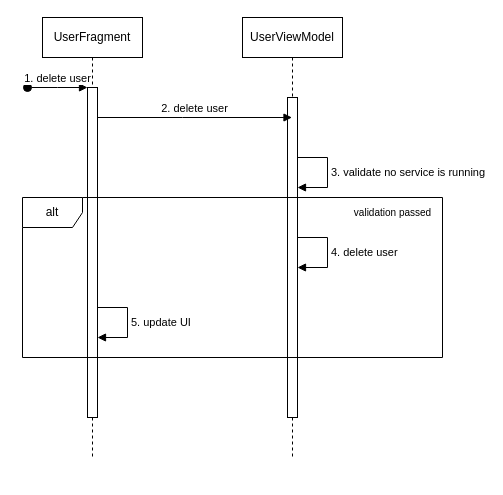
This is my-thesis/diagrams/delete-user-frag-seq.drawio from ba-nhermanto/thesis, a draw.io file, before an edit. Source tidied: cells renumbered, new cells numbered last; positions are measured from the earlier drawing's top-left corner, leaving out a move shared by most shapes. Both pictures are drawn from the tidied source at 100%, with x=0, y=0 at pixel (22, 17).
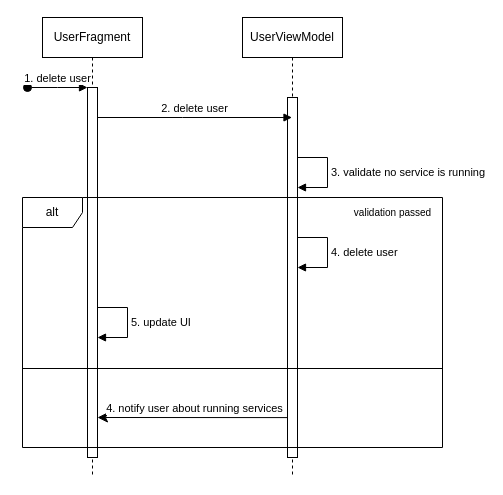
The same diagram, later.

The edit, as a diff of the source:
```diff
@@
+    <mxCell id="13" value="4. notify user about running services" style="html=1;verticalAlign=bottom;endArrow=classic;endSize=8;edgeStyle=elbowEdgeStyle;elbow=vertical;curved=0;rounded=0;endFill=1;" parent="1" edge="1" target="3">
+      <mxGeometry relative="1" as="geometry">
+        <mxPoint x="270" y="400.1" as="sourcePoint" />
+        <Array as="points">
+          <mxPoint x="260" y="400" />
+        </Array>
+      </mxGeometry>
+    </mxCell>
     <mxCell id="2" value="UserFragment" style="shape=umlLifeline;perimeter=lifelinePerimeter;whiteSpace=wrap;html=1;newEdgeStyle={&quot;edgeStyle&quot;:&quot;elbowEdgeStyle&quot;,&quot;elbow&quot;:&quot;vertical&quot;,&quot;curved&quot;:0,&quot;rounded&quot;:0};" parent="1" vertex="1">
-      <mxGeometry x="20" width="100" height="440" as="geometry" />
+      <mxGeometry x="20" width="100" height="460" as="geometry" />
     </mxCell>
     <mxCell id="3" style="html=1;points=[];perimeter=orthogonalPerimeter;outlineConnect=0;targetShapes=umlLifeline;portConstraint=eastwest;newEdgeStyle={&quot;edgeStyle&quot;:&quot;elbowEdgeStyle&quot;,&quot;elbow&quot;:&quot;vertical&quot;,&quot;curved&quot;:0,&quot;rounded&quot;:0};" parent="2" vertex="1">
-      <mxGeometry x="45" y="70" width="10" height="330" as="geometry" />
+      <mxGeometry x="45" y="70" width="10" height="370" as="geometry" />
     </mxCell>
@@
     <mxCell id="5" value="UserViewModel" style="shape=umlLifeline;perimeter=lifelinePerimeter;whiteSpace=wrap;html=1;newEdgeStyle={&quot;edgeStyle&quot;:&quot;elbowEdgeStyle&quot;,&quot;elbow&quot;:&quot;vertical&quot;,&quot;curved&quot;:0,&quot;rounded&quot;:0};" parent="1" vertex="1">
-      <mxGeometry x="220" width="100" height="440" as="geometry" />
+      <mxGeometry x="220" width="100" height="460" as="geometry" />
     </mxCell>
     <mxCell id="6" style="html=1;perimeter=orthogonalPerimeter;targetShapes=umlLifeline;newEdgeStyle={&quot;edgeStyle&quot;:&quot;elbowEdgeStyle&quot;,&quot;elbow&quot;:&quot;vertical&quot;,&quot;curved&quot;:0,&quot;rounded&quot;:0};" parent="5" vertex="1">
-      <mxGeometry x="45" y="80" width="10" height="320" as="geometry" />
+      <mxGeometry x="45" y="80" width="10" height="360" as="geometry" />
     </mxCell>
@@
     <mxCell id="11" value="alt" style="shape=umlFrame;whiteSpace=wrap;html=1;" parent="1" vertex="1">
-      <mxGeometry y="180" width="420" height="160" as="geometry" />
+      <mxGeometry y="180" width="420" height="250" as="geometry" />
     </mxCell>
@@
+    <mxCell id="14" style="endArrow=none;html=1;rounded=0;entryX=1;entryY=0.72;entryDx=0;entryDy=0;entryPerimeter=0;" parent="1" edge="1">
+      <mxGeometry relative="1" as="geometry">
+        <mxPoint y="351" as="sourcePoint" />
+        <mxPoint x="420" y="351" as="targetPoint" />
+      </mxGeometry>
+    </mxCell>
```
